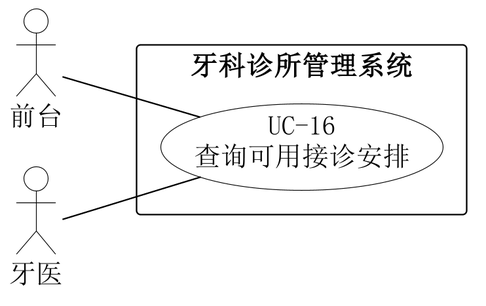
Earlier version of the PlantUML export 01-需求文档/diagrams/07-16-system-use-case.png (Shawmc-creator/systemAnalyseAndDesign). The source it was exported from:
```plantuml
@startuml
skinparam backgroundColor white
skinparam shadowing false
skinparam defaultFontName SimSun
skinparam defaultFontSize 18
skinparam dpi 220
skinparam ArrowColor black
skinparam nodesep 24
skinparam ranksep 65
skinparam actor {
 BorderColor black
 BackgroundColor white
}
skinparam usecase {
 BorderColor black
 BackgroundColor white
}
skinparam rectangle {
 BorderColor black
 BackgroundColor white
}
left to right direction
actor "前台" as A0
actor "牙医" as A1
rectangle "牙科诊所管理系统" {
 usecase "UC-16\n查询可用接诊安排" as U
}
A0 -- U
A1 -- U

@enduml
```
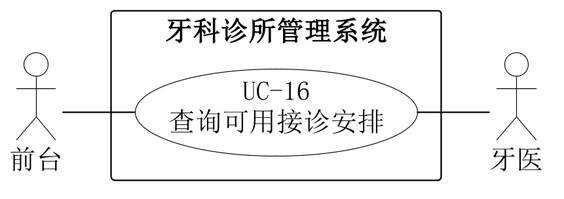
The same file after the commit.

The edit, as a diff of the source:
```diff
@@ -5,8 +5,8 @@
 skinparam defaultFontSize 18
 skinparam dpi 220
 skinparam ArrowColor black
-skinparam nodesep 24
-skinparam ranksep 65
+skinparam nodesep 22
+skinparam ranksep 48
 skinparam actor {
  BorderColor black
  BackgroundColor white
@@ -26,6 +26,6 @@
  usecase "UC-16\n查询可用接诊安排" as U
 }
 A0 -- U
-A1 -- U
+U -- A1
 
 @enduml
```
